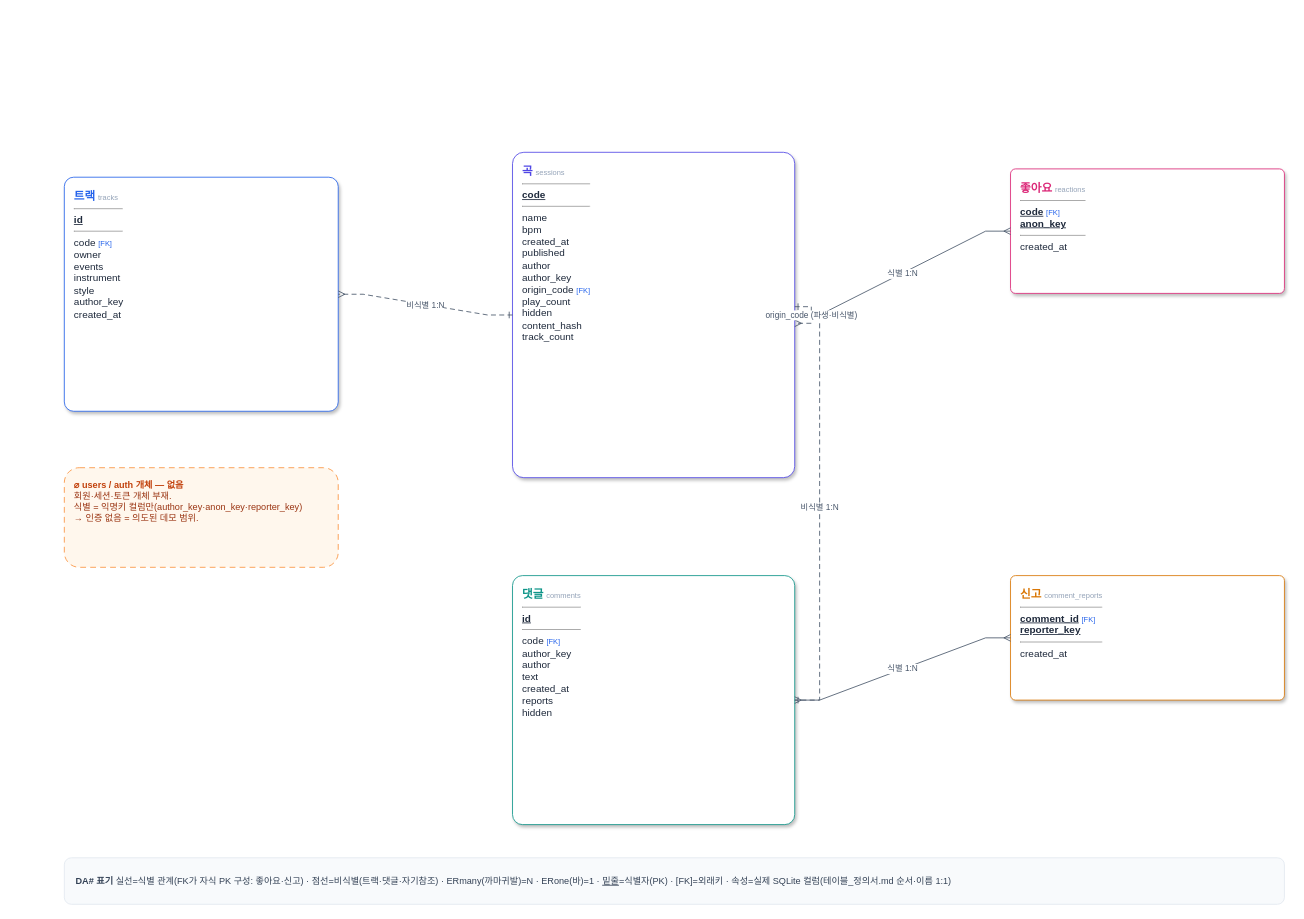
Before: 산출물/04_시스템설계/하모니_데이터모델_ERD.drawio in Appintos-Harmony/appintoss-meetup, a draw.io diagram. Source tidied: cells renumbered, new cells numbered last; positions are measured from the earlier drawing's top-left corner, leaving out a move shared by most shapes. Both pictures are drawn from the tidied source at 83%, with x=0, y=0 at pixel (64, 152).
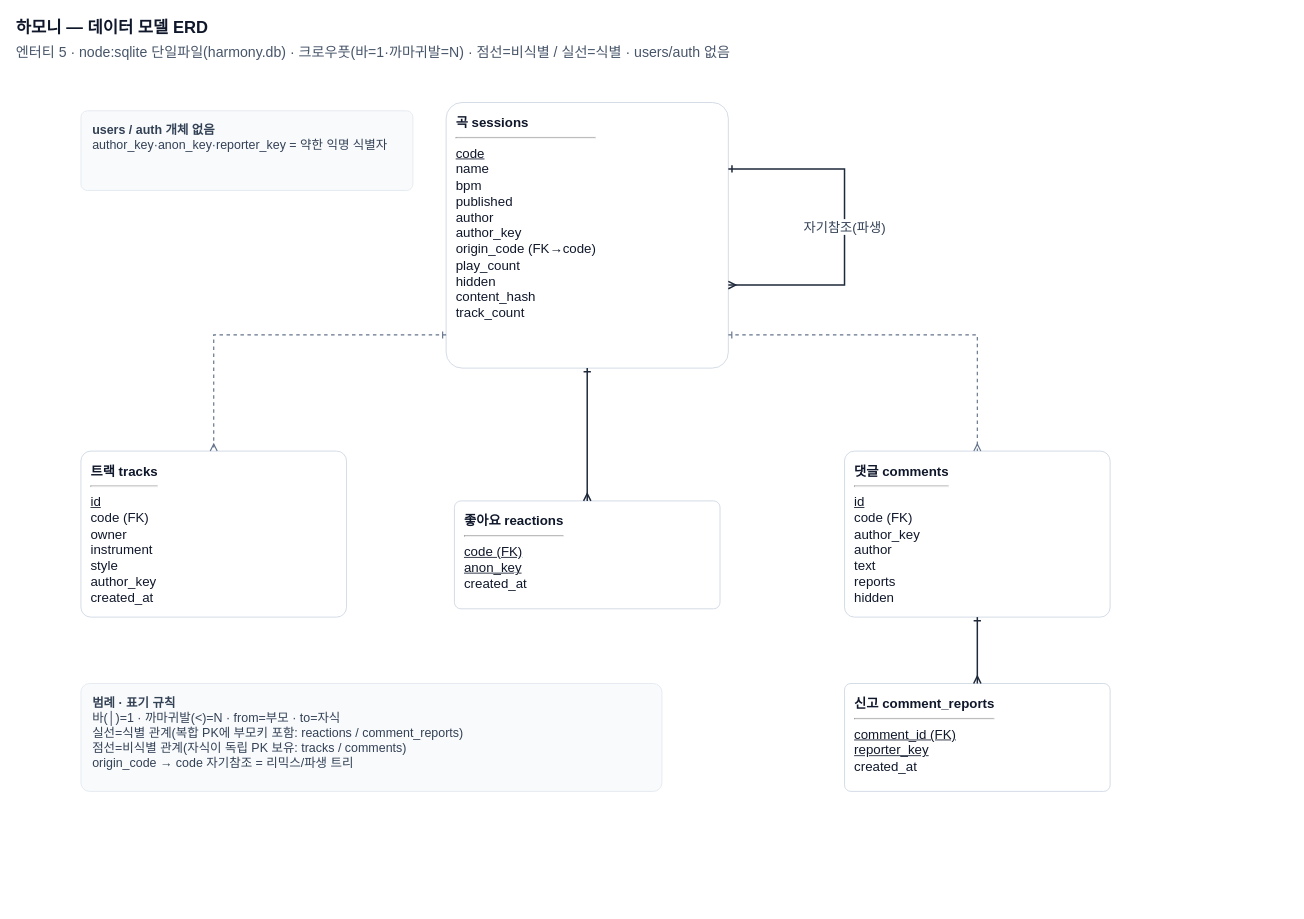
The same page after the edit.

What changed in the source:
```diff
@@
-    <mxCell id="2" value="&lt;b style=&quot;font-size:14px;color:#4F46E5&quot;&gt;곡&lt;/b&gt;&amp;nbsp;&lt;font style=&quot;font-size:9px;color:#94A3B8&quot;&gt;sessions&lt;/font&gt;&lt;hr size=&quot;1&quot;&gt;&lt;u&gt;&lt;b&gt;code&lt;/b&gt;&lt;/u&gt;&lt;hr size=&quot;1&quot;&gt;name&lt;br&gt;bpm&lt;br&gt;created_at&lt;br&gt;published&lt;br&gt;author&lt;br&gt;author_key&lt;br&gt;origin_code &lt;font style=&quot;color:#2563EB;font-size:9px&quot;&gt;[FK]&lt;/font&gt;&lt;br&gt;play_count&lt;br&gt;hidden&lt;br&gt;content_hash&lt;br&gt;track_count" style="rounded=1;arcSize=4;whiteSpace=wrap;html=1;fillColor=#FFFFFF;strokeColor=#4F46E5;align=left;verticalAlign=top;spacingLeft=10;spacingTop=8;spacingRight=8;fontSize=12;fontColor=#1E293B;shadow=1;" parent="1" vertex="1">
-      <mxGeometry x="540" width="340" height="392" as="geometry" />
-    </mxCell>
-    <mxCell id="3" value="&lt;b style=&quot;font-size:14px;color:#2563EB&quot;&gt;트랙&lt;/b&gt;&amp;nbsp;&lt;font style=&quot;font-size:9px;color:#94A3B8&quot;&gt;tracks&lt;/font&gt;&lt;hr size=&quot;1&quot;&gt;&lt;u&gt;&lt;b&gt;id&lt;/b&gt;&lt;/u&gt;&lt;hr size=&quot;1&quot;&gt;code &lt;font style=&quot;color:#2563EB;font-size:9px&quot;&gt;[FK]&lt;/font&gt;&lt;br&gt;owner&lt;br&gt;events&lt;br&gt;instrument&lt;br&gt;style&lt;br&gt;author_key&lt;br&gt;created_at" style="rounded=1;arcSize=4;whiteSpace=wrap;html=1;fillColor=#FFFFFF;strokeColor=#2563EB;align=left;verticalAlign=top;spacingLeft=10;spacingTop=8;spacingRight=8;fontSize=12;fontColor=#1E293B;shadow=1;" parent="1" vertex="1">
-      <mxGeometry y="30" width="330" height="282" as="geometry" />
-    </mxCell>
-    <mxCell id="4" value="&lt;b style=&quot;font-size:14px;color:#DB2777&quot;&gt;좋아요&lt;/b&gt;&amp;nbsp;&lt;font style=&quot;font-size:9px;color:#94A3B8&quot;&gt;reactions&lt;/font&gt;&lt;hr size=&quot;1&quot;&gt;&lt;u&gt;&lt;b&gt;code&lt;/b&gt;&lt;/u&gt; &lt;font style=&quot;color:#2563EB;font-size:9px&quot;&gt;[FK]&lt;/font&gt;&lt;br&gt;&lt;u&gt;&lt;b&gt;anon_key&lt;/b&gt;&lt;/u&gt;&lt;hr size=&quot;1&quot;&gt;created_at" style="rounded=1;arcSize=4;whiteSpace=wrap;html=1;fillColor=#FFFFFF;strokeColor=#DB2777;align=left;verticalAlign=top;spacingLeft=10;spacingTop=8;spacingRight=8;fontSize=12;fontColor=#1E293B;shadow=1;" parent="1" vertex="1">
-      <mxGeometry x="1140" y="20" width="330" height="150" as="geometry" />
-    </mxCell>
-    <mxCell id="5" value="&lt;b style=&quot;font-size:14px;color:#0D9488&quot;&gt;댓글&lt;/b&gt;&amp;nbsp;&lt;font style=&quot;font-size:9px;color:#94A3B8&quot;&gt;comments&lt;/font&gt;&lt;hr size=&quot;1&quot;&gt;&lt;u&gt;&lt;b&gt;id&lt;/b&gt;&lt;/u&gt;&lt;hr size=&quot;1&quot;&gt;code &lt;font style=&quot;color:#2563EB;font-size:9px&quot;&gt;[FK]&lt;/font&gt;&lt;br&gt;author_key&lt;br&gt;author&lt;br&gt;text&lt;br&gt;created_at&lt;br&gt;reports&lt;br&gt;hidden" style="rounded=1;arcSize=4;whiteSpace=wrap;html=1;fillColor=#FFFFFF;strokeColor=#0D9488;align=left;verticalAlign=top;spacingLeft=10;spacingTop=8;spacingRight=8;fontSize=12;fontColor=#1E293B;shadow=1;" parent="1" vertex="1">
-      <mxGeometry x="540" y="510" width="340" height="300" as="geometry" />
-    </mxCell>
-    <mxCell id="6" value="&lt;b style=&quot;font-size:14px;color:#D97706&quot;&gt;신고&lt;/b&gt;&amp;nbsp;&lt;font style=&quot;font-size:9px;color:#94A3B8&quot;&gt;comment_reports&lt;/font&gt;&lt;hr size=&quot;1&quot;&gt;&lt;u&gt;&lt;b&gt;comment_id&lt;/b&gt;&lt;/u&gt; &lt;font style=&quot;color:#2563EB;font-size:9px&quot;&gt;[FK]&lt;/font&gt;&lt;br&gt;&lt;u&gt;&lt;b&gt;reporter_key&lt;/b&gt;&lt;/u&gt;&lt;hr size=&quot;1&quot;&gt;created_at" style="rounded=1;arcSize=4;whiteSpace=wrap;html=1;fillColor=#FFFFFF;strokeColor=#D97706;align=left;verticalAlign=top;spacingLeft=10;spacingTop=8;spacingRight=8;fontSize=12;fontColor=#1E293B;shadow=1;" parent="1" vertex="1">
-      <mxGeometry x="1140" y="510" width="330" height="150" as="geometry" />
-    </mxCell>
-    <mxCell id="7" value="비식별 1:N" style="edgeStyle=entityRelationEdgeStyle;rounded=0;html=1;dashed=1;dashPattern=6 4;startArrow=ERone;startFill=0;endArrow=ERmany;endFill=0;strokeColor=#475569;fontSize=10;fontColor=#475569;labelBackgroundColor=#FFFFFF;" parent="1" edge="1" source="2" target="3">
-      <mxGeometry relative="1" as="geometry" />
-    </mxCell>
-    <mxCell id="8" value="식별 1:N" style="edgeStyle=entityRelationEdgeStyle;rounded=0;html=1;startArrow=ERone;startFill=0;endArrow=ERmany;endFill=0;strokeColor=#475569;fontSize=10;fontColor=#475569;labelBackgroundColor=#FFFFFF;" parent="1" edge="1" source="2" target="4">
-      <mxGeometry relative="1" as="geometry" />
-    </mxCell>
-    <mxCell id="9" value="비식별 1:N" style="edgeStyle=entityRelationEdgeStyle;rounded=0;html=1;dashed=1;dashPattern=6 4;startArrow=ERone;startFill=0;endArrow=ERmany;endFill=0;strokeColor=#475569;fontSize=10;fontColor=#475569;labelBackgroundColor=#FFFFFF;" parent="1" edge="1" source="2" target="5">
-      <mxGeometry relative="1" as="geometry" />
-    </mxCell>
-    <mxCell id="10" value="식별 1:N" style="edgeStyle=entityRelationEdgeStyle;rounded=0;html=1;startArrow=ERone;startFill=0;endArrow=ERmany;endFill=0;strokeColor=#475569;fontSize=10;fontColor=#475569;labelBackgroundColor=#FFFFFF;" parent="1" edge="1" source="5" target="6">
-      <mxGeometry relative="1" as="geometry" />
-    </mxCell>
-    <mxCell id="11" value="origin_code (파생·비식별)" style="edgeStyle=entityRelationEdgeStyle;rounded=0;html=1;dashed=1;dashPattern=6 4;startArrow=ERone;startFill=0;endArrow=ERmany;endFill=0;strokeColor=#475569;fontSize=10;fontColor=#475569;labelBackgroundColor=#FFFFFF;" parent="1" edge="1" source="2" target="2">
-      <mxGeometry relative="1" as="geometry" />
-    </mxCell>
-    <mxCell id="12" value="&lt;b style=&quot;color:#C2410C&quot;&gt;⌀ users / auth 개체 — 없음&lt;/b&gt;&lt;br&gt;회원·세션·토큰 개체 부재.&lt;br&gt;식별 = 익명키 컬럼만(author_key·anon_key·reporter_key)&lt;br&gt;→ 인증 없음 = 의도된 데모 범위." style="rounded=1;whiteSpace=wrap;html=1;fillColor=#FFF7ED;strokeColor=#FB923C;dashed=1;dashPattern=7 5;align=left;verticalAlign=top;spacingLeft=10;spacingTop=8;fontSize=11;fontColor=#9A3412;" parent="1" vertex="1">
-      <mxGeometry y="380" width="330" height="120" as="geometry" />
-    </mxCell>
-    <mxCell id="13" value="&lt;b&gt;DA# 표기&lt;/b&gt;  실선=식별 관계(FK가 자식 PK 구성: 좋아요·신고) · 점선=비식별(트랙·댓글·자기참조) · ERmany(까마귀발)=N · ERone(바)=1 · &lt;u&gt;밑줄&lt;/u&gt;=식별자(PK) · [FK]=외래키 · 속성=실제 SQLite 컬럼(테이블_정의서.md 순서·이름 1:1)" style="rounded=1;whiteSpace=wrap;html=1;fillColor=#F8FAFC;strokeColor=#E2E8F0;align=left;verticalAlign=middle;spacingLeft=12;fontSize=11;fontColor=#334155;" parent="1" vertex="1">
-      <mxGeometry y="850" width="1470" height="56" as="geometry" />
-    </mxCell>
+    <mxCell id="14" value="&lt;b style=&quot;font-size:20px&quot;&gt;하모니 — 데이터 모델 ERD&lt;/b&gt;" style="text;html=1;align=left;verticalAlign=middle;fontColor=#0F172A;" parent="1" vertex="1">
+      <mxGeometry x="-60" y="-166" width="1000" height="30" as="geometry" />
+    </mxCell>
+    <mxCell id="15" value="&lt;font color=&quot;#475569&quot;&gt;엔터티 5 · node:sqlite 단일파일(harmony.db) · 크로우풋(바=1·까마귀발=N) · 점선=비식별 / 실선=식별 · users/auth 없음&lt;/font&gt;" style="text;html=1;align=left;verticalAlign=middle;fontSize=17;" parent="1" vertex="1">
+      <mxGeometry x="-60" y="-130" width="1200" height="22" as="geometry" />
+    </mxCell>
+    <mxCell id="16" value="&lt;b&gt;곡  sessions&lt;/b&gt;&lt;hr&gt;&lt;u&gt;code&lt;/u&gt;&lt;br&gt;name&lt;br&gt;bpm&lt;br&gt;published&lt;br&gt;author&lt;br&gt;author_key&lt;br&gt;origin_code (FK→code)&lt;br&gt;play_count&lt;br&gt;hidden&lt;br&gt;content_hash&lt;br&gt;track_count" style="rounded=1;arcSize=6;html=1;whiteSpace=wrap;align=left;verticalAlign=top;spacingLeft=10;spacingTop=8;fillColor=#FFFFFF;strokeColor=#CBD5E1;fontColor=#0F172A;fontSize=16;" parent="1" vertex="1">
+      <mxGeometry x="460" y="-60" width="340" height="320" as="geometry" />
+    </mxCell>
+    <mxCell id="17" value="&lt;b&gt;트랙  tracks&lt;/b&gt;&lt;hr&gt;&lt;u&gt;id&lt;/u&gt;&lt;br&gt;code (FK)&lt;br&gt;owner&lt;br&gt;instrument&lt;br&gt;style&lt;br&gt;author_key&lt;br&gt;created_at" style="rounded=1;arcSize=6;html=1;whiteSpace=wrap;align=left;verticalAlign=top;spacingLeft=10;spacingTop=8;fillColor=#FFFFFF;strokeColor=#CBD5E1;fontColor=#0F172A;fontSize=16;" parent="1" vertex="1">
+      <mxGeometry x="20" y="360" width="320" height="200" as="geometry" />
+    </mxCell>
+    <mxCell id="18" value="&lt;b&gt;댓글  comments&lt;/b&gt;&lt;hr&gt;&lt;u&gt;id&lt;/u&gt;&lt;br&gt;code (FK)&lt;br&gt;author_key&lt;br&gt;author&lt;br&gt;text&lt;br&gt;reports&lt;br&gt;hidden" style="rounded=1;arcSize=6;html=1;whiteSpace=wrap;align=left;verticalAlign=top;spacingLeft=10;spacingTop=8;fillColor=#FFFFFF;strokeColor=#CBD5E1;fontColor=#0F172A;fontSize=16;" parent="1" vertex="1">
+      <mxGeometry x="940" y="360" width="320" height="200" as="geometry" />
+    </mxCell>
+    <mxCell id="19" value="&lt;b&gt;좋아요  reactions&lt;/b&gt;&lt;hr&gt;&lt;u&gt;code (FK)&lt;/u&gt;&lt;br&gt;&lt;u&gt;anon_key&lt;/u&gt;&lt;br&gt;created_at" style="rounded=1;arcSize=6;html=1;whiteSpace=wrap;align=left;verticalAlign=top;spacingLeft=10;spacingTop=8;fillColor=#FFFFFF;strokeColor=#CBD5E1;fontColor=#0F172A;fontSize=16;" parent="1" vertex="1">
+      <mxGeometry x="470" y="420" width="320" height="130" as="geometry" />
+    </mxCell>
+    <mxCell id="20" value="&lt;b&gt;신고  comment_reports&lt;/b&gt;&lt;hr&gt;&lt;u&gt;comment_id (FK)&lt;/u&gt;&lt;br&gt;&lt;u&gt;reporter_key&lt;/u&gt;&lt;br&gt;created_at" style="rounded=1;arcSize=6;html=1;whiteSpace=wrap;align=left;verticalAlign=top;spacingLeft=10;spacingTop=8;fillColor=#FFFFFF;strokeColor=#CBD5E1;fontColor=#0F172A;fontSize=16;" parent="1" vertex="1">
+      <mxGeometry x="940" y="640" width="320" height="130" as="geometry" />
+    </mxCell>
+    <mxCell id="21" style="edgeStyle=orthogonalEdgeStyle;rounded=0;html=1;startArrow=ERone;startFill=0;endArrow=ERmany;endFill=0;dashed=1;strokeColor=#64748B;strokeWidth=1.4;fontSize=10;fontColor=#334155;labelBackgroundColor=#FFFFFF;" parent="1" edge="1" source="16" target="17">
+      <mxGeometry relative="1" as="geometry">
+        <Array as="points">
+          <mxPoint x="460" y="220" />
+          <mxPoint x="180" y="220" />
+          <mxPoint x="180" y="360" />
+        </Array>
+      </mxGeometry>
+    </mxCell>
+    <mxCell id="22" style="edgeStyle=orthogonalEdgeStyle;rounded=0;html=1;startArrow=ERone;startFill=0;endArrow=ERmany;endFill=0;dashed=1;strokeColor=#64748B;strokeWidth=1.4;fontSize=10;fontColor=#334155;labelBackgroundColor=#FFFFFF;" parent="1" edge="1" source="16" target="18">
+      <mxGeometry relative="1" as="geometry">
+        <Array as="points">
+          <mxPoint x="800" y="220" />
+          <mxPoint x="1100" y="220" />
+          <mxPoint x="1100" y="360" />
+        </Array>
+      </mxGeometry>
+    </mxCell>
+    <mxCell id="23" style="edgeStyle=orthogonalEdgeStyle;rounded=0;html=1;startArrow=ERone;startFill=0;endArrow=ERmany;endFill=0;dashed=0;strokeColor=#1E293B;strokeWidth=1.8;fontSize=10;fontColor=#334155;labelBackgroundColor=#FFFFFF;" parent="1" edge="1" source="16" target="19">
+      <mxGeometry relative="1" as="geometry">
+        <Array as="points">
+          <mxPoint x="630" y="260" />
+          <mxPoint x="630" y="420" />
+        </Array>
+      </mxGeometry>
+    </mxCell>
+    <mxCell id="24" style="edgeStyle=orthogonalEdgeStyle;rounded=0;html=1;startArrow=ERone;startFill=0;endArrow=ERmany;endFill=0;dashed=0;strokeColor=#1E293B;strokeWidth=1.8;fontSize=10;fontColor=#334155;labelBackgroundColor=#FFFFFF;" parent="1" edge="1" source="18" target="20">
+      <mxGeometry relative="1" as="geometry">
+        <Array as="points">
+          <mxPoint x="1100" y="560" />
+          <mxPoint x="1100" y="640" />
+        </Array>
+      </mxGeometry>
+    </mxCell>
+    <mxCell id="25" value="자기참조(파생)" style="edgeStyle=orthogonalEdgeStyle;rounded=0;html=1;startArrow=ERone;startFill=0;endArrow=ERmany;endFill=0;dashed=0;strokeColor=#1E293B;strokeWidth=1.8;fontSize=16;fontColor=#334155;labelBackgroundColor=#FFFFFF;" parent="1" edge="1" source="16" target="16">
+      <mxGeometry relative="1" as="geometry">
+        <Array as="points">
+          <mxPoint x="800" y="20" />
+          <mxPoint x="940" y="20" />
+          <mxPoint x="940" y="160" />
+          <mxPoint x="800" y="160" />
+        </Array>
+      </mxGeometry>
+    </mxCell>
+    <mxCell id="26" value="&lt;b style=&quot;color:#334155&quot;&gt;범례 · 표기 규칙&lt;/b&gt;&lt;br&gt;바(│)=1 · 까마귀발(&amp;lt;)=N · from=부모 · to=자식&lt;br&gt;실선=식별 관계(복합 PK에 부모키 포함: reactions / comment_reports)&lt;br&gt;점선=비식별 관계(자식이 독립 PK 보유: tracks / comments)&lt;br&gt;origin_code → code 자기참조 = 리믹스/파생 트리" style="rounded=1;arcSize=8;html=1;whiteSpace=wrap;align=left;verticalAlign=top;spacingLeft=12;spacingTop=8;fontSize=15;fillColor=#F8FAFC;strokeColor=#E2E8F0;fontColor=#334155;" parent="1" vertex="1">
+      <mxGeometry x="20" y="640" width="700" height="130" as="geometry" />
+    </mxCell>
+    <mxCell id="27" value="&lt;b style=&quot;color: rgb(51, 65, 85);&quot;&gt;users / auth 개체 없음&lt;/b&gt;&lt;br&gt;author_key·anon_key·reporter_key = 약한 익명 식별자" style="rounded=1;arcSize=8;html=1;whiteSpace=wrap;align=left;verticalAlign=top;spacingLeft=12;spacingTop=8;fontSize=15;fillColor=#F8FAFC;strokeColor=#E2E8F0;fontColor=#334155;" parent="1" vertex="1">
+      <mxGeometry x="20" y="-50" width="400" height="96" as="geometry" />
+    </mxCell>
```
